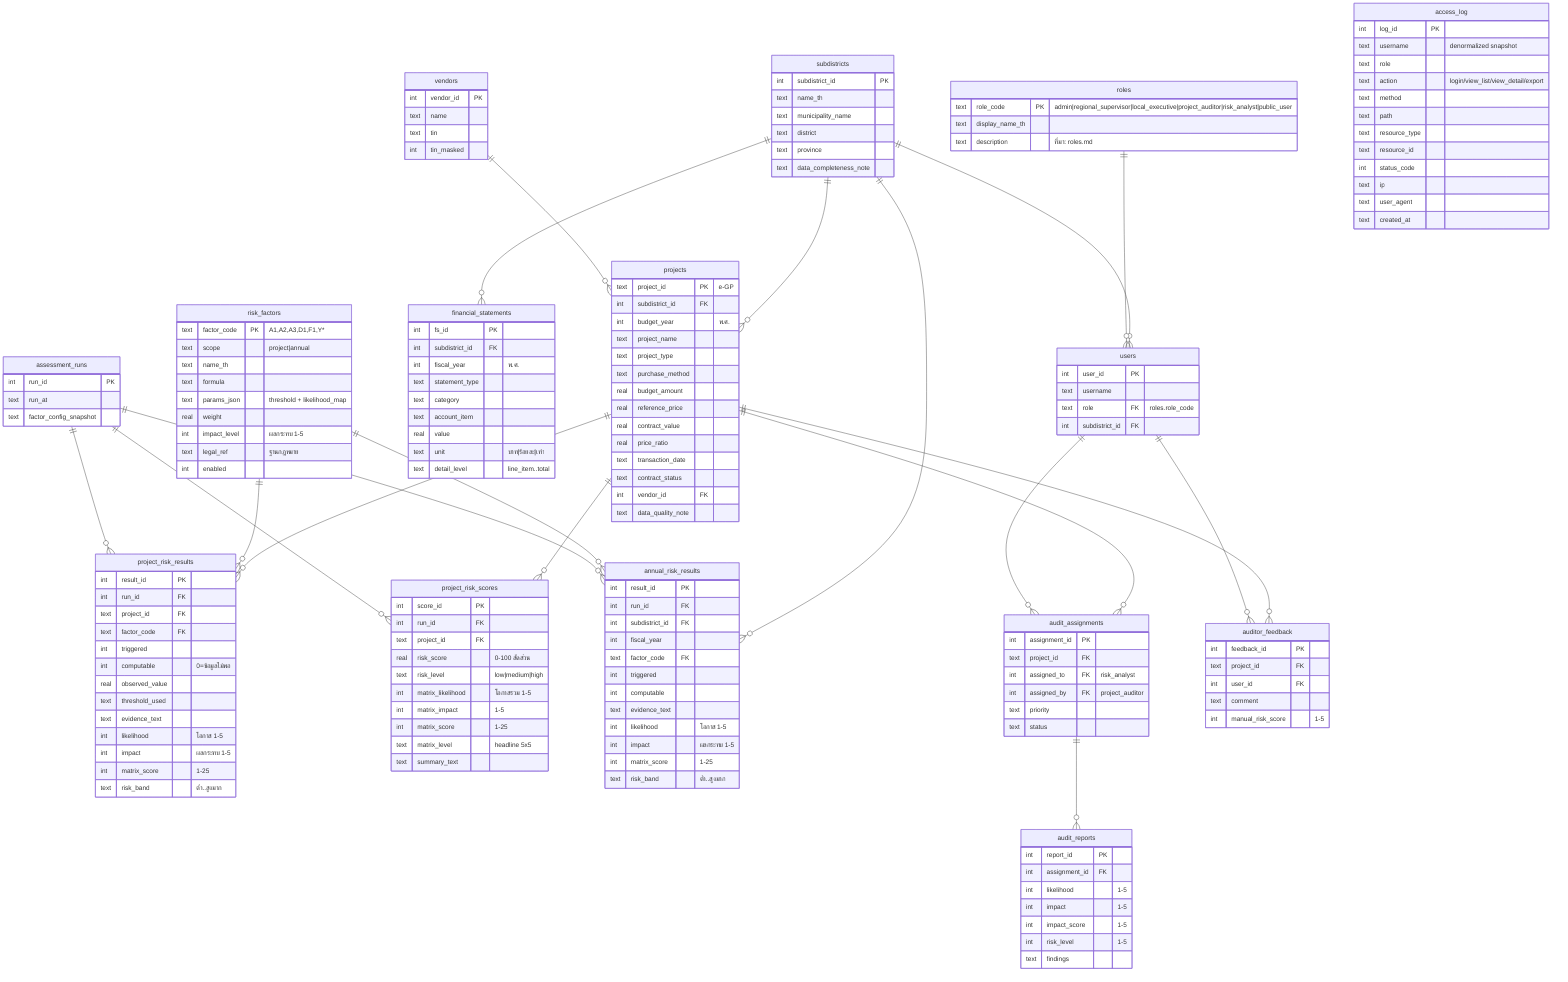
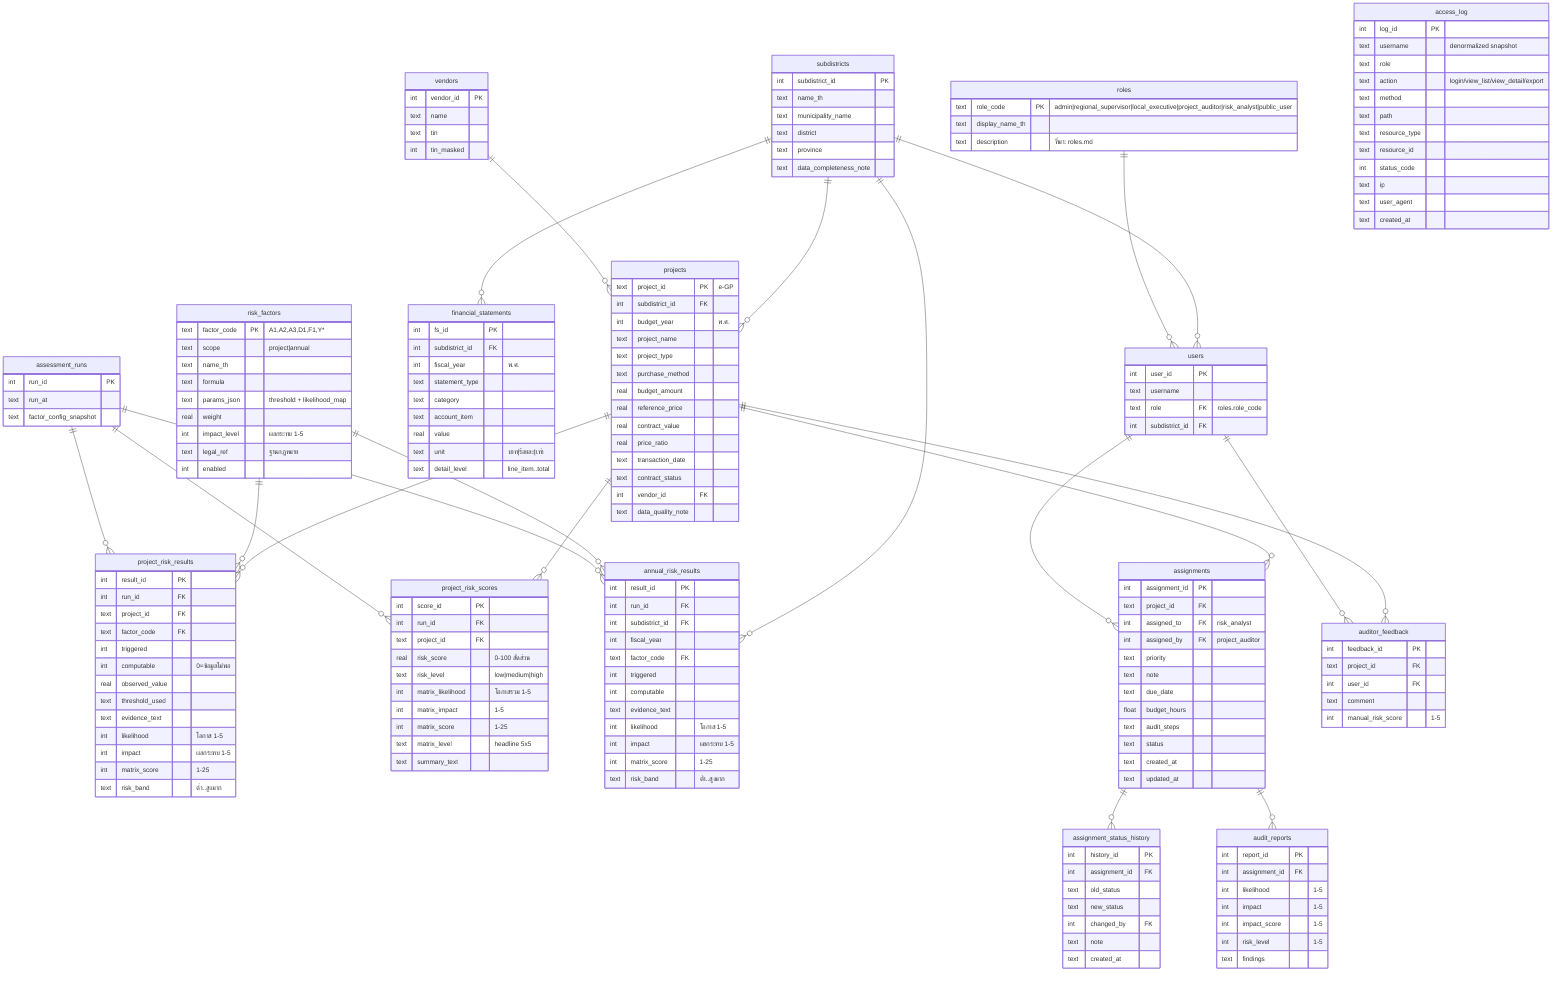
erDiagram
    subdistricts {
        int subdistrict_id PK
        text name_th
        text municipality_name
        text district
        text province
        text data_completeness_note
    }
    vendors {
        int vendor_id PK
        text name
        text tin
        int tin_masked
    }
    roles {
        text role_code PK "admin|regional_supervisor|local_executive|project_auditor|risk_analyst|public_user"
        text display_name_th
        text description "ที่มา: roles.md"
    }
    users {
        int user_id PK
        text username
        text role FK "roles.role_code"
        int subdistrict_id FK
    }
    projects {
        text project_id PK "e-GP"
        int subdistrict_id FK
        int budget_year "พ.ศ."
        text project_name
        text project_type
        text purchase_method
        real budget_amount
        real reference_price
        real contract_value
        real price_ratio
        text transaction_date
        text contract_status
        int vendor_id FK
        text data_quality_note
    }
    financial_statements {
        int fs_id PK
        int subdistrict_id FK
        int fiscal_year "พ.ศ."
        text statement_type
        text category
        text account_item
        real value
        text unit "บาท|ร้อยละ|เท่า"
        text detail_level "line_item..total"
    }
    risk_factors {
        text factor_code PK "A1,A2,A3,D1,F1,Y*"
        text scope "project|annual"
        text name_th
        text formula
        text params_json "threshold + likelihood_map"
        real weight
        int impact_level "ผลกระทบ 1-5"
        text legal_ref "ฐานกฎหมาย"
        int enabled
    }
    assessment_runs {
        int run_id PK
        text run_at
        text factor_config_snapshot
    }
    project_risk_results {
        int result_id PK
        int run_id FK
        text project_id FK
        text factor_code FK
        int triggered
        int computable "0=ข้อมูลไม่พอ"
        real observed_value
        text threshold_used
        text evidence_text
        int likelihood "โอกาส 1-5"
        int impact "ผลกระทบ 1-5"
        int matrix_score "1-25"
        text risk_band "ต่ำ..สูงมาก"
    }
    project_risk_scores {
        int score_id PK
        int run_id FK
        text project_id FK
        real risk_score "0-100 สัดส่วน"
        text risk_level "low|medium|high"
        int matrix_likelihood "โอกาสรวม 1-5"
        int matrix_impact "1-5"
        int matrix_score "1-25"
        text matrix_level "headline 5x5"
        text summary_text
    }
    annual_risk_results {
        int result_id PK
        int run_id FK
        int subdistrict_id FK
        int fiscal_year
        text factor_code FK
        int triggered
        int computable
        text evidence_text
        int likelihood "โอกาส 1-5"
        int impact "ผลกระทบ 1-5"
        int matrix_score "1-25"
        text risk_band "ต่ำ..สูงมาก"
    }
-     audit_assignments {
+     assignments {
        int assignment_id PK
        text project_id FK
        int assigned_to FK "risk_analyst"
        int assigned_by FK "project_auditor"
        text priority
+         text note
+         text due_date
+         float budget_hours
+         text audit_steps
        text status
+         text created_at
+         text updated_at
+     }
+     assignment_status_history {
+         int history_id PK
+         int assignment_id FK
+         text old_status
+         text new_status
+         int changed_by FK
+         text note
+         text created_at
    }
    audit_reports {
        int report_id PK
        int assignment_id FK
        int likelihood "1-5"
        int impact "1-5"
        int impact_score "1-5"
        int risk_level "1-5"
        text findings
    }
    auditor_feedback {
        int feedback_id PK
        text project_id FK
        int user_id FK
        text comment
        int manual_risk_score "1-5"
    }
    access_log {
        int log_id PK
        text username "denormalized snapshot"
        text role
        text action "login/view_list/view_detail/export"
        text method
        text path
        text resource_type
        text resource_id
        int status_code
        text ip
        text user_agent
        text created_at
    }

    subdistricts ||--o{ projects : ""
    subdistricts ||--o{ financial_statements : ""
    subdistricts ||--o{ annual_risk_results : ""
    subdistricts ||--o{ users : ""
    roles ||--o{ users : ""
    vendors ||--o{ projects : ""
    projects ||--o{ project_risk_results : ""
    projects ||--o{ project_risk_scores : ""
-     projects ||--o{ audit_assignments : ""
+     projects ||--o{ assignments : ""
    projects ||--o{ auditor_feedback : ""
    risk_factors ||--o{ project_risk_results : ""
    risk_factors ||--o{ annual_risk_results : ""
    assessment_runs ||--o{ project_risk_results : ""
    assessment_runs ||--o{ annual_risk_results : ""
    assessment_runs ||--o{ project_risk_scores : ""
-     users ||--o{ audit_assignments : ""
-     audit_assignments ||--o{ audit_reports : ""
+     users ||--o{ assignments : ""
+     assignments ||--o{ assignment_status_history : ""
+     assignments ||--o{ audit_reports : ""
    users ||--o{ auditor_feedback : ""
